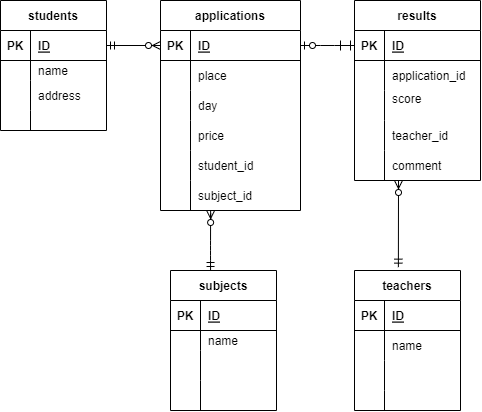
tomita-dotcom/database keeps this draw.io diagram as 20220530tomita/ensyuu.drawio.png. Above is the earlier version. Source tidied: cells renumbered, new cells last; positions are measured from the earlier drawing's top-left corner, leaving out a move shared by most shapes.
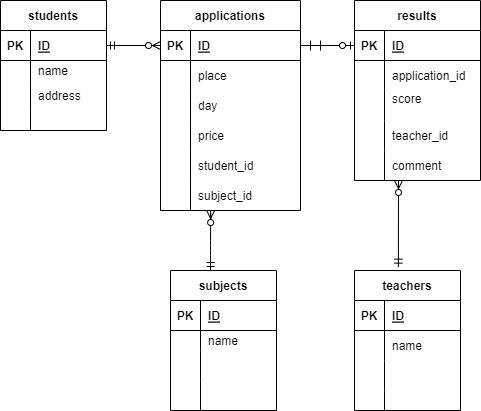
Above is the later version.

Change to the diagram source:
```diff
@@ -246,20 +246,20 @@
         </Array>
       </mxGeometry>
     </mxCell>
-    <mxCell id="79" style="edgeStyle=entityRelationEdgeStyle;fontSize=12;html=1;endArrow=ERzeroToOne;endFill=1;entryX=1;entryY=0.5;entryDx=0;entryDy=0;exitX=0;exitY=0.5;exitDx=0;exitDy=0;" parent="1" edge="1" source="3" target="19">
+    <mxCell id="79" style="fontSize=12;html=1;endArrow=ERzeroToOne;endFill=1;exitX=1;exitY=0.5;exitDx=0;exitDy=0;entryX=0;entryY=0.5;entryDx=0;entryDy=0;" parent="1" edge="1" source="19" target="3">
       <mxGeometry relative="1" as="geometry" />
     </mxCell>
-    <mxCell id="80" style="endArrow=none;html=1;rounded=0;" parent="1" edge="1">
-      <mxGeometry relative="1" as="geometry">
-        <mxPoint x="340" y="40" as="sourcePoint" />
-        <mxPoint x="340" y="50" as="targetPoint" />
-      </mxGeometry>
-    </mxCell>
-    <mxCell id="81" style="endArrow=none;html=1;rounded=0;" parent="1" edge="1">
-      <mxGeometry relative="1" as="geometry">
-        <mxPoint x="350" y="40" as="sourcePoint" />
-        <mxPoint x="350" y="50" as="targetPoint" />
-      </mxGeometry>
-    </mxCell>
+    <mxCell id="82" style="endArrow=none;html=1;rounded=0;" parent="1" edge="1">
+      <mxGeometry relative="1" as="geometry">
+        <mxPoint x="310" y="40" as="sourcePoint" />
+        <mxPoint x="310" y="50" as="targetPoint" />
+      </mxGeometry>
+    </mxCell>
+    <mxCell id="83" style="endArrow=none;html=1;rounded=0;" parent="1" edge="1">
+      <mxGeometry relative="1" as="geometry">
+        <mxPoint x="320" y="40" as="sourcePoint" />
+        <mxPoint x="320" y="50" as="targetPoint" />
+      </mxGeometry>
+    </mxCell>
   </root>
 </mxGraphModel>
```
